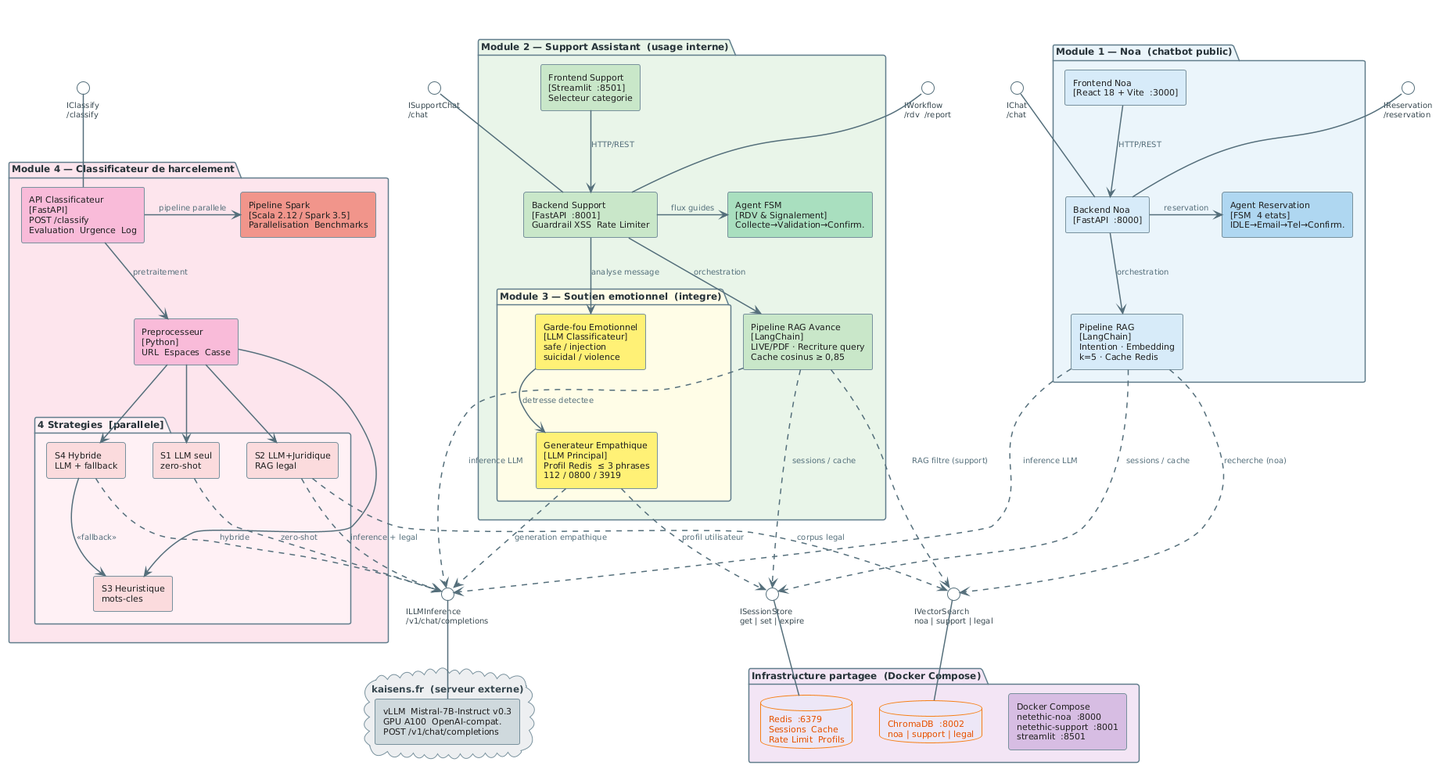
This is diagramme/12_composants_architecture.png from RedFalcon22/Rapport_ISTIC_2025_2026_v2, a PlantUML export, as it was before one commit. The source it was exported from:
```plantuml
@startuml

!theme plain
skinparam defaultFontName Arial
skinparam defaultFontSize 12
skinparam componentStyle rectangle
skinparam shadowing false

skinparam package {
  BackgroundColor White
  BorderColor     #607D8B
  BorderThickness 1.5
  FontStyle       bold
  FontSize        12
  FontColor       #263238
}
skinparam component {
  BackgroundColor #FAFAFA
  BorderColor     #78909C
  BorderThickness 1
  FontColor       #212121
  FontSize        11
}
skinparam interface {
  BackgroundColor White
  BorderColor     #546E7A
  FontSize        10
  FontColor       #37474F
}
skinparam database {
  BackgroundColor #FFF8E1
  BorderColor     #F57F17
  FontColor       #E65100
  FontSize        11
}
skinparam cloud {
  BackgroundColor #ECEFF1
  BorderColor     #78909C
  FontColor       #37474F
}
skinparam arrow {
  Color     #546E7A
  Thickness 1.5
  FontSize  10
  FontColor #546E7A
}


interface "IChat\n/chat" as I_noa_chat
interface "IReservation\n/reservation" as I_noa_res
interface "ISupportChat\n/chat" as I_sup_chat
interface "IWorkflow\n/rdv  /report" as I_sup_wf
interface "IClassify\n/classify" as I_classify
interface "ILLMInference\n/v1/chat/completions" as I_llm
interface "IVectorSearch\nnoa | support | legal" as I_vec
interface "ISessionStore\nget | set | expire" as I_sess

package "Module 1 — Noa  (chatbot public)" #EBF4FB {
  component "Frontend Noa\n[React 18 + Vite  :3000]" as FE_Noa #D6EAF8
  component "Backend Noa\n[FastAPI  :8000]" as BE_Noa #D6EAF8
  component "Pipeline RAG\n[LangChain]\nIntention · Embedding\nk=5 · Cache Redis" as LC_Noa #D6EAF8
  component "Agent Reservation\n[FSM  4 etats]\nIDLE→Email→Tel→Confirm." as FSM_Noa #AED6F1

  FE_Noa -down-> BE_Noa : HTTP/REST
  BE_Noa -down-> LC_Noa : orchestration
  BE_Noa -right-> FSM_Noa : reservation
}
BE_Noa -up- I_noa_chat
BE_Noa -up- I_noa_res

package "Module 2 — Support Assistant  (usage interne)" #E8F5E9 {
  component "Frontend Support\n[Streamlit  :8501]\nSelecteur categorie" as FE_Sup #C8E6C9
  component "Backend Support\n[FastAPI  :8001]\nGuardrail XSS  Rate Limiter" as BE_Sup #C8E6C9
  component "Pipeline RAG Avance\n[LangChain]\nLIVE/PDF · Recriture query\nCache cosinus ≥ 0,85" as LC_Sup #C8E6C9
  component "Agent FSM\n[RDV & Signalement]\nCollecte→Validation→Confirm." as FSM_Sup #A9DFBF

  package "Module 3 — Soutien emotionnel  (integre)" #FFFDE7 {
    component "Garde-fou Emotionnel\n[LLM Classificateur]\nsafe / injection\nsuicidal / violence" as GF_Emo #FFF176
    component "Generateur Empathique\n[LLM Principal]\nProfil Redis  ≤ 3 phrases\n112 / 0800 / 3919" as Gen_Emo #FFF176
  }

  FE_Sup -down-> BE_Sup   : HTTP/REST
  BE_Sup -down-> LC_Sup   : orchestration
  BE_Sup -right-> FSM_Sup : flux guides
  BE_Sup -down-> GF_Emo   : analyse message
  GF_Emo -down-> Gen_Emo  : detresse detectee
}
BE_Sup -up- I_sup_chat
BE_Sup -up- I_sup_wf

package "Module 4 — Classificateur de harcelement" #FCE4EC {
  component "API Classificateur\n[FastAPI]\nPOST /classify\nEvaluation  Urgence  Log" as API_Cls #F8BBD9
  component "Preprocesseur\n[Python]\nURL  Espaces  Casse" as Prep #F8BBD9

  package "4 Strategies  [parallele]" #FFF0F5 {
    component "S1 LLM seul\nzero-shot" as S1 #FADADD
    component "S2 LLM+Juridique\nRAG legal" as S2 #FADADD
    component "S3 Heuristique\nmots-cles" as S3 #FADADD
    component "S4 Hybride\nLLM + fallback" as S4 #FADADD
  }

  component "Pipeline Spark\n[Scala 2.12 / Spark 3.5]\nParallelisation  Benchmarks" as Spark #F1948A

  API_Cls -down-> Prep  : pretraitement
  Prep -down-> S1
  Prep -down-> S2
  Prep -down-> S3
  Prep -down-> S4
  S4 --> S3 : <<fallback>>
  API_Cls -right-> Spark : pipeline parallele
}
API_Cls -up- I_classify

package "Infrastructure partagee  (Docker Compose)" #F3E5F5 {
  database "Redis  :6379\nSessions  Cache\nRate Limit  Profils" as Redis #EDE7F6
  database "ChromaDB  :8002\nnoa | support | legal" as Chroma #EDE7F6
  component "Docker Compose\nnetethic-noa  :8000\nnetethic-support  :8001\nstreamlit  :8501" as Docker #D7BDE2

  Redis -[hidden]right- Chroma
  Chroma -[hidden]right- Docker
}
Redis -up- I_sess
Chroma -up- I_vec

cloud "kaisens.fr  (serveur externe)" #ECEFF1 {
  component "vLLM  Mistral-7B-Instruct v0.3\nGPU A100  OpenAI-compat.\nPOST /v1/chat/completions" as LLM_Srv #CFD8DC
}
LLM_Srv -up- I_llm

LC_Noa ..> I_sess : sessions / cache
LC_Noa ..> I_vec  : recherche (noa)
LC_Noa ..> I_llm  : inference LLM

LC_Sup  ..> I_sess : sessions / cache
LC_Sup  ..> I_vec  : RAG filtre (support)
LC_Sup  ..> I_llm  : inference LLM
Gen_Emo ..> I_sess : profil utilisateur
Gen_Emo ..> I_llm  : generation empathique

S1 ..> I_llm : zero-shot
S2 ..> I_vec : corpus legal
S2 ..> I_llm : inference + legal
S4 ..> I_llm : hybride

FE_Noa -[hidden]right- FE_Sup
FE_Sup -[hidden]right- API_Cls
@enduml
```
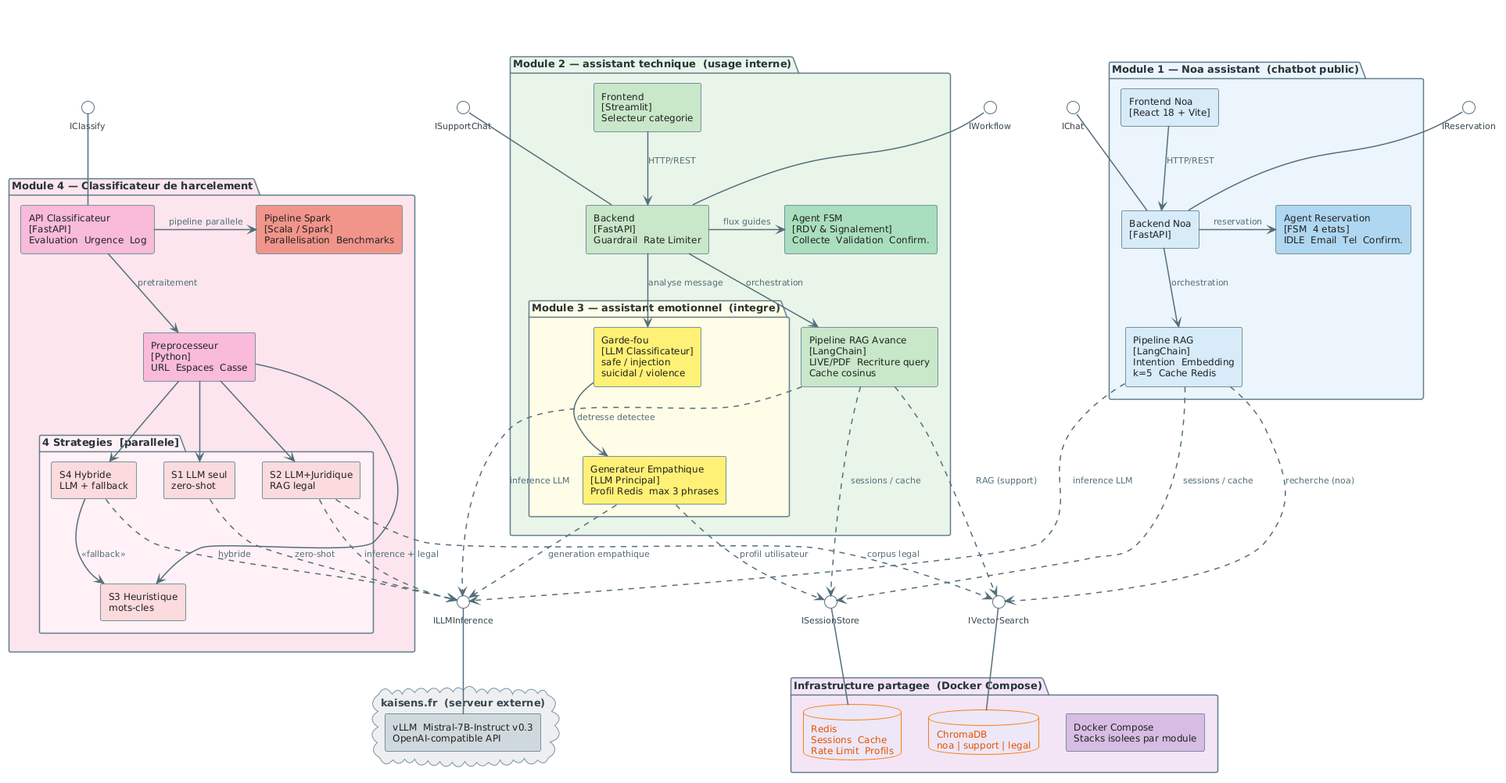
After the commit.

Change to the diagram source:
```diff
@@ -1,8 +1,7 @@
 @startuml
-
 !theme plain
 skinparam defaultFontName Arial
-skinparam defaultFontSize 12
+skinparam defaultFontSize 13
 skinparam componentStyle rectangle
 skinparam shadowing false
 
@@ -11,7 +10,7 @@
   BorderColor     #607D8B
   BorderThickness 1.5
   FontStyle       bold
-  FontSize        12
+  FontSize        13
   FontColor       #263238
 }
 skinparam component {
@@ -19,19 +18,19 @@
   BorderColor     #78909C
   BorderThickness 1
   FontColor       #212121
-  FontSize        11
+  FontSize        12
 }
 skinparam interface {
   BackgroundColor White
   BorderColor     #546E7A
-  FontSize        10
+  FontSize        11
   FontColor       #37474F
 }
 skinparam database {
   BackgroundColor #FFF8E1
   BorderColor     #F57F17
   FontColor       #E65100
-  FontSize        11
+  FontSize        12
 }
 skinparam cloud {
   BackgroundColor #ECEFF1
@@ -41,25 +40,25 @@
 skinparam arrow {
   Color     #546E7A
   Thickness 1.5
-  FontSize  10
+  FontSize  11
   FontColor #546E7A
 }
 
 
-interface "IChat\n/chat" as I_noa_chat
-interface "IReservation\n/reservation" as I_noa_res
-interface "ISupportChat\n/chat" as I_sup_chat
-interface "IWorkflow\n/rdv  /report" as I_sup_wf
-interface "IClassify\n/classify" as I_classify
-interface "ILLMInference\n/v1/chat/completions" as I_llm
-interface "IVectorSearch\nnoa | support | legal" as I_vec
-interface "ISessionStore\nget | set | expire" as I_sess
+interface "IChat" as I_noa_chat
+interface "IReservation" as I_noa_res
+interface "ISupportChat" as I_sup_chat
+interface "IWorkflow" as I_sup_wf
+interface "IClassify" as I_classify
+interface "ILLMInference" as I_llm
+interface "IVectorSearch" as I_vec
+interface "ISessionStore" as I_sess
 
-package "Module 1 — Noa  (chatbot public)" #EBF4FB {
-  component "Frontend Noa\n[React 18 + Vite  :3000]" as FE_Noa #D6EAF8
-  component "Backend Noa\n[FastAPI  :8000]" as BE_Noa #D6EAF8
-  component "Pipeline RAG\n[LangChain]\nIntention · Embedding\nk=5 · Cache Redis" as LC_Noa #D6EAF8
-  component "Agent Reservation\n[FSM  4 etats]\nIDLE→Email→Tel→Confirm." as FSM_Noa #AED6F1
+package "Module 1 — Noa assistant  (chatbot public)" #EBF4FB {
+  component "Frontend Noa\n[React 18 + Vite]" as FE_Noa #D6EAF8
+  component "Backend Noa\n[FastAPI]" as BE_Noa #D6EAF8
+  component "Pipeline RAG\n[LangChain]\nIntention  Embedding\nk=5  Cache Redis" as LC_Noa #D6EAF8
+  component "Agent Reservation\n[FSM  4 etats]\nIDLE  Email  Tel  Confirm." as FSM_Noa #AED6F1
 
   FE_Noa -down-> BE_Noa : HTTP/REST
   BE_Noa -down-> LC_Noa : orchestration
@@ -68,15 +67,15 @@
 BE_Noa -up- I_noa_chat
 BE_Noa -up- I_noa_res
 
-package "Module 2 — Support Assistant  (usage interne)" #E8F5E9 {
-  component "Frontend Support\n[Streamlit  :8501]\nSelecteur categorie" as FE_Sup #C8E6C9
-  component "Backend Support\n[FastAPI  :8001]\nGuardrail XSS  Rate Limiter" as BE_Sup #C8E6C9
-  component "Pipeline RAG Avance\n[LangChain]\nLIVE/PDF · Recriture query\nCache cosinus ≥ 0,85" as LC_Sup #C8E6C9
-  component "Agent FSM\n[RDV & Signalement]\nCollecte→Validation→Confirm." as FSM_Sup #A9DFBF
+package "Module 2 — assistant technique  (usage interne)" #E8F5E9 {
+  component "Frontend\n[Streamlit]\nSelecteur categorie" as FE_Sup #C8E6C9
+  component "Backend\n[FastAPI]\nGuardrail  Rate Limiter" as BE_Sup #C8E6C9
+  component "Pipeline RAG Avance\n[LangChain]\nLIVE/PDF  Recriture query\nCache cosinus" as LC_Sup #C8E6C9
+  component "Agent FSM\n[RDV & Signalement]\nCollecte  Validation  Confirm." as FSM_Sup #A9DFBF
 
-  package "Module 3 — Soutien emotionnel  (integre)" #FFFDE7 {
-    component "Garde-fou Emotionnel\n[LLM Classificateur]\nsafe / injection\nsuicidal / violence" as GF_Emo #FFF176
-    component "Generateur Empathique\n[LLM Principal]\nProfil Redis  ≤ 3 phrases\n112 / 0800 / 3919" as Gen_Emo #FFF176
+  package "Module 3 — assistant emotionnel  (integre)" #FFFDE7 {
+    component "Garde-fou\n[LLM Classificateur]\nsafe / injection\nsuicidal / violence" as GF_Emo #FFF176
+    component "Generateur Empathique\n[LLM Principal]\nProfil Redis  max 3 phrases" as Gen_Emo #FFF176
   }
 
   FE_Sup -down-> BE_Sup   : HTTP/REST
@@ -89,7 +88,7 @@
 BE_Sup -up- I_sup_wf
 
 package "Module 4 — Classificateur de harcelement" #FCE4EC {
-  component "API Classificateur\n[FastAPI]\nPOST /classify\nEvaluation  Urgence  Log" as API_Cls #F8BBD9
+  component "API Classificateur\n[FastAPI]\nEvaluation  Urgence  Log" as API_Cls #F8BBD9
   component "Preprocesseur\n[Python]\nURL  Espaces  Casse" as Prep #F8BBD9
 
   package "4 Strategies  [parallele]" #FFF0F5 {
@@ -99,7 +98,7 @@
     component "S4 Hybride\nLLM + fallback" as S4 #FADADD
   }
 
-  component "Pipeline Spark\n[Scala 2.12 / Spark 3.5]\nParallelisation  Benchmarks" as Spark #F1948A
+  component "Pipeline Spark\n[Scala / Spark]\nParallelisation  Benchmarks" as Spark #F1948A
 
   API_Cls -down-> Prep  : pretraitement
   Prep -down-> S1
@@ -112,9 +111,9 @@
 API_Cls -up- I_classify
 
 package "Infrastructure partagee  (Docker Compose)" #F3E5F5 {
-  database "Redis  :6379\nSessions  Cache\nRate Limit  Profils" as Redis #EDE7F6
-  database "ChromaDB  :8002\nnoa | support | legal" as Chroma #EDE7F6
-  component "Docker Compose\nnetethic-noa  :8000\nnetethic-support  :8001\nstreamlit  :8501" as Docker #D7BDE2
+  database "Redis\nSessions  Cache\nRate Limit  Profils" as Redis #EDE7F6
+  database "ChromaDB\nnoa | support | legal" as Chroma #EDE7F6
+  component "Docker Compose\nStacks isolees par module" as Docker #D7BDE2
 
   Redis -[hidden]right- Chroma
   Chroma -[hidden]right- Docker
@@ -123,7 +122,7 @@
 Chroma -up- I_vec
 
 cloud "kaisens.fr  (serveur externe)" #ECEFF1 {
-  component "vLLM  Mistral-7B-Instruct v0.3\nGPU A100  OpenAI-compat.\nPOST /v1/chat/completions" as LLM_Srv #CFD8DC
+  component "vLLM  Mistral-7B-Instruct v0.3\nOpenAI-compatible API" as LLM_Srv #CFD8DC
 }
 LLM_Srv -up- I_llm
 
@@ -132,7 +131,7 @@
 LC_Noa ..> I_llm  : inference LLM
 
 LC_Sup  ..> I_sess : sessions / cache
-LC_Sup  ..> I_vec  : RAG filtre (support)
+LC_Sup  ..> I_vec  : RAG (support)
 LC_Sup  ..> I_llm  : inference LLM
 Gen_Emo ..> I_sess : profil utilisateur
 Gen_Emo ..> I_llm  : generation empathique
```
